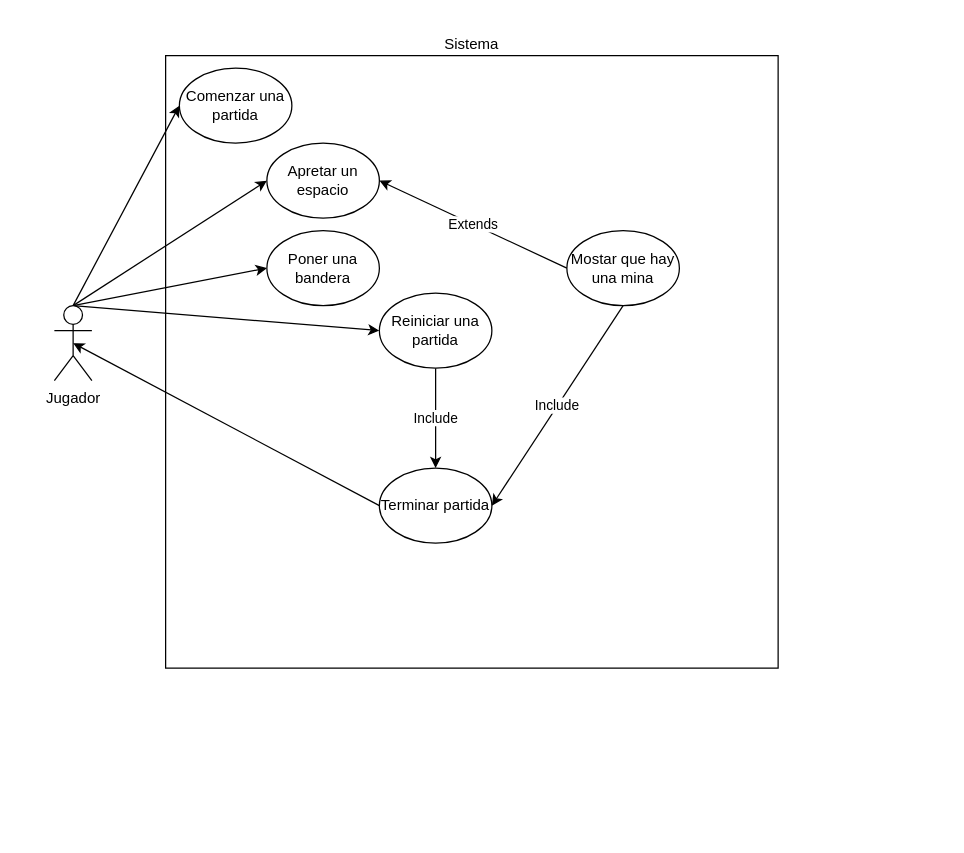
This is DiagramaCasosDeUso.drawio from RenatoAtencio/ProyectoArquitecturaDeSoftware, a draw.io file, before an edit. Source tidied: cells renumbered, new cells numbered last; positions are measured from the earlier drawing's top-left corner, leaving out a move shared by most shapes. Both pictures are drawn from the tidied source at 125%, with x=0, y=0 at pixel (54, 55).
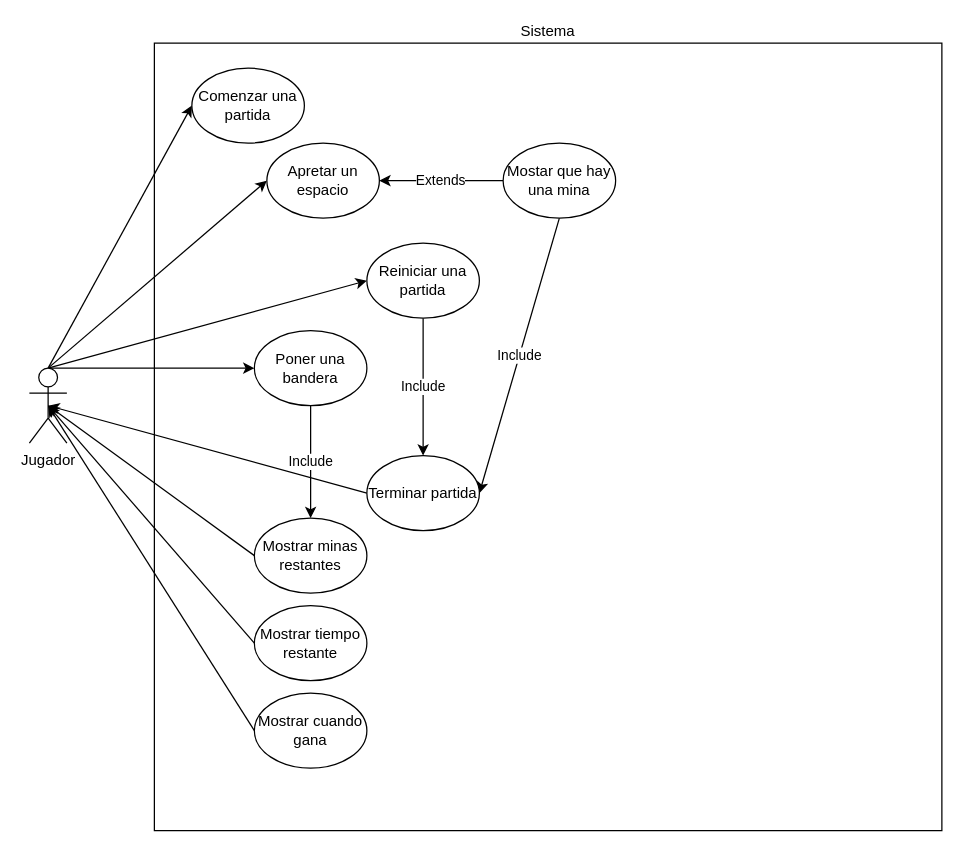
After the change.

Diff of the diagram source:
```diff
@@
     <mxCell id="2" value="Sistema" style="whiteSpace=wrap;html=1;labelPosition=center;verticalLabelPosition=top;align=center;verticalAlign=bottom;" parent="1" vertex="1">
-      <mxGeometry x="89" width="490" height="490" as="geometry" />
+      <mxGeometry x="80" y="-10" width="630" height="630" as="geometry" />
     </mxCell>
@@
     <mxCell id="7" value="Jugador" style="shape=umlActor;verticalLabelPosition=bottom;verticalAlign=top;html=1;outlineConnect=0;" parent="1" vertex="1">
-      <mxGeometry y="200" width="30" height="60" as="geometry" />
+      <mxGeometry x="-20" y="250" width="30" height="60" as="geometry" />
     </mxCell>
     <mxCell id="8" value="Comenzar una partida" style="ellipse;whiteSpace=wrap;html=1;" parent="1" vertex="1">
-      <mxGeometry x="100" y="10" width="90" height="60" as="geometry" />
+      <mxGeometry x="110" y="10" width="90" height="60" as="geometry" />
     </mxCell>
@@
     <mxCell id="10" value="Reiniciar una partida" style="ellipse;whiteSpace=wrap;html=1;" parent="1" vertex="1">
-      <mxGeometry x="260" y="190" width="90" height="60" as="geometry" />
+      <mxGeometry x="250" y="150" width="90" height="60" as="geometry" />
     </mxCell>
@@
+    <mxCell id="18" value="Include" style="edgeStyle=none;html=1;exitX=0.5;exitY=1;exitDx=0;exitDy=0;entryX=0.5;entryY=0;entryDx=0;entryDy=0;" parent="1" edge="1" source="12" target="20">
+      <mxGeometry relative="1" as="geometry" />
+    </mxCell>
     <mxCell id="12" value="Poner una bandera" style="ellipse;whiteSpace=wrap;html=1;" parent="1" vertex="1">
-      <mxGeometry x="170" y="140" width="90" height="60" as="geometry" />
+      <mxGeometry x="160" y="220" width="90" height="60" as="geometry" />
     </mxCell>
@@
     <mxCell id="15" value="Mostar que hay una mina" style="ellipse;whiteSpace=wrap;html=1;" parent="1" vertex="1">
-      <mxGeometry x="410" y="140" width="90" height="60" as="geometry" />
+      <mxGeometry x="359" y="70" width="90" height="60" as="geometry" />
     </mxCell>
@@
     <mxCell id="17" value="Terminar partida" style="ellipse;whiteSpace=wrap;html=1;" parent="1" vertex="1">
-      <mxGeometry x="260" y="330" width="90" height="60" as="geometry" />
+      <mxGeometry x="250" y="320" width="90" height="60" as="geometry" />
     </mxCell>
+    <mxCell id="19" style="edgeStyle=none;html=1;exitX=0;exitY=0.5;exitDx=0;exitDy=0;entryX=0.5;entryY=0.5;entryDx=0;entryDy=0;entryPerimeter=0;" parent="1" edge="1" source="20" target="7">
+      <mxGeometry relative="1" as="geometry" />
+    </mxCell>
+    <mxCell id="20" value="Mostrar minas restantes" style="ellipse;whiteSpace=wrap;html=1;" parent="1" vertex="1">
+      <mxGeometry x="160" y="370" width="90" height="60" as="geometry" />
+    </mxCell>
+    <mxCell id="21" style="edgeStyle=none;html=1;exitX=0;exitY=0.5;exitDx=0;exitDy=0;entryX=0.5;entryY=0.5;entryDx=0;entryDy=0;entryPerimeter=0;" parent="1" edge="1" source="22" target="7">
+      <mxGeometry relative="1" as="geometry" />
+    </mxCell>
+    <mxCell id="22" value="Mostrar tiempo restante" style="ellipse;whiteSpace=wrap;html=1;" parent="1" vertex="1">
+      <mxGeometry x="160" y="440" width="90" height="60" as="geometry" />
+    </mxCell>
+    <mxCell id="23" style="edgeStyle=none;html=1;exitX=0;exitY=0.5;exitDx=0;exitDy=0;entryX=0.5;entryY=0.5;entryDx=0;entryDy=0;entryPerimeter=0;" parent="1" edge="1" source="24" target="7">
+      <mxGeometry relative="1" as="geometry" />
+    </mxCell>
+    <mxCell id="24" value="Mostrar cuando gana" style="ellipse;whiteSpace=wrap;html=1;" parent="1" vertex="1">
+      <mxGeometry x="160" y="510" width="90" height="60" as="geometry" />
+    </mxCell>
```
